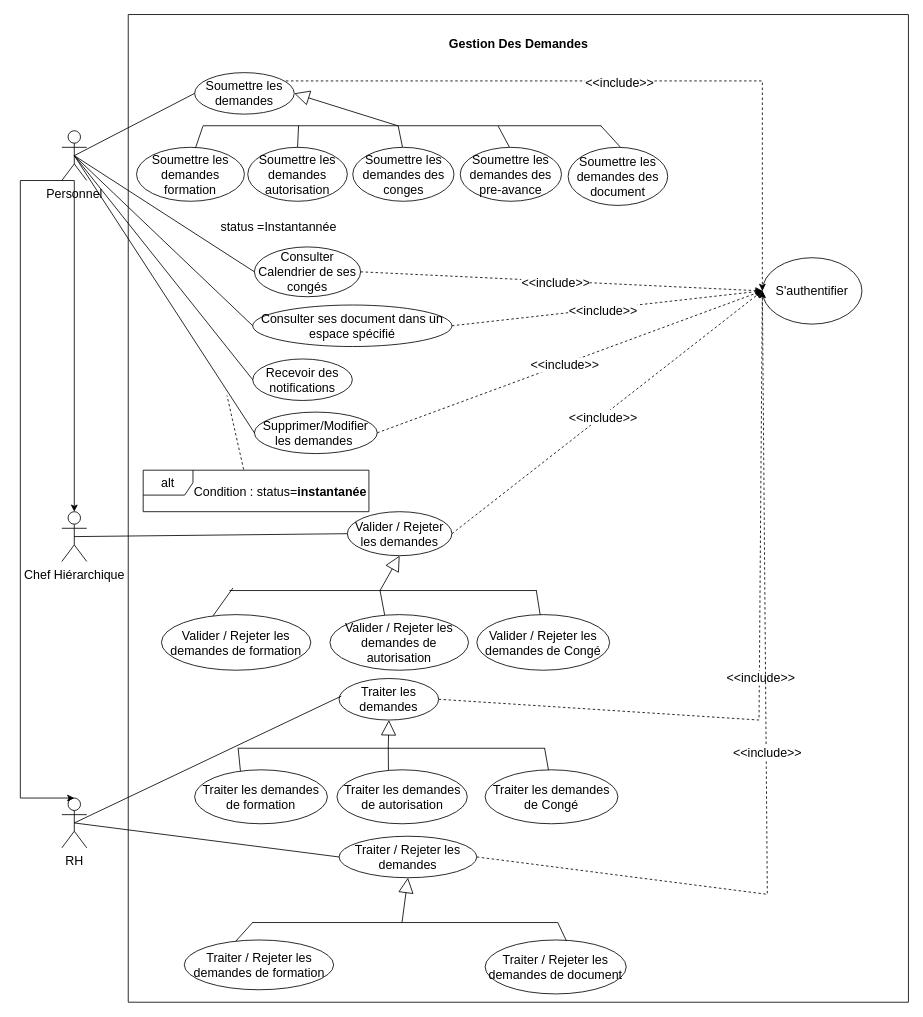
PORTAIL-RH/Portail-RH-Mobile keeps this draw.io diagram as use-case-s2.drawio. Above is the earlier version. Source tidied: cells renumbered, new cells numbered last; positions are measured from the earlier drawing's top-left corner, leaving out a move shared by most shapes. Both pictures are drawn from the tidied source at 83%, with x=0, y=0 at pixel (20, 14).
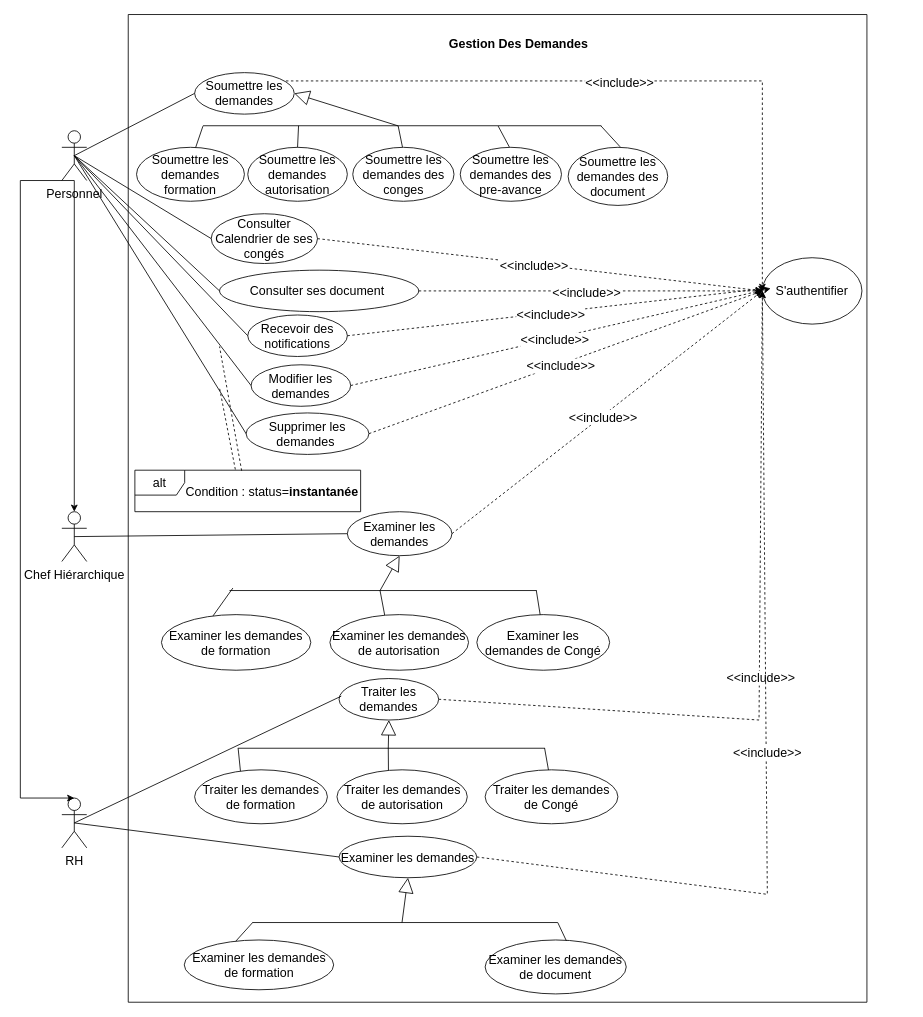
The same page after the edit.

Commit message:
Mettre à jour use-case-s2.drawio

Unchanged cells that the change refers to:
```xml
<mxCell id="68" value="Personnel" style="shape=umlActor;verticalLabelPosition=bottom;verticalAlign=top;html=1;outlineConnect=0;fontSize=15;" parent="2" vertex="1">
  <mxGeometry x="-80" y="140" width="30" height="60" as="geometry" />
</mxCell>
```

What changed in the source:
```diff
@@
     <mxCell id="2" style="swimlane;startSize=0;fontSize=15;" parent="1" vertex="1">
-      <mxGeometry x="130" width="940" height="1190" as="geometry" />
+      <mxGeometry x="130" width="890" height="1190" as="geometry" />
     </mxCell>
@@
-    <mxCell id="17" value="Supprimer/Modifier les demandes&amp;nbsp;" style="ellipse;whiteSpace=wrap;html=1;fontSize=15;" parent="2" vertex="1">
-      <mxGeometry x="152" y="479" width="148" height="50" as="geometry" />
+    <mxCell id="17" value="Supprimer les demandes&amp;nbsp;" style="ellipse;whiteSpace=wrap;html=1;fontSize=15;" parent="2" vertex="1">
+      <mxGeometry x="142" y="480" width="148" height="50" as="geometry" />
     </mxCell>
     <mxCell id="18" value="alt" style="shape=umlFrame;whiteSpace=wrap;html=1;fontSize=15;" parent="2" vertex="1">
-      <mxGeometry x="18" y="549" width="272" height="50" as="geometry" />
+      <mxGeometry x="8" y="549" width="272" height="50" as="geometry" />
     </mxCell>
-    <mxCell id="19" value="status =Instantannée&amp;nbsp;" style="text;html=1;align=center;verticalAlign=middle;strokeColor=none;fillColor=none;fontSize=15;" parent="2" vertex="1">
-      <mxGeometry x="97.5" y="240" width="170" height="30" as="geometry" />
-    </mxCell>
     <mxCell id="20" value="Condition : status=&lt;strong&gt;instantanée&lt;/strong&gt;" style="text;html=1;align=center;verticalAlign=middle;strokeColor=none;fillColor=none;fontSize=15;" parent="2" vertex="1">
-      <mxGeometry x="67.5" y="559" width="230" height="30" as="geometry" />
+      <mxGeometry x="57.5" y="560" width="230" height="30" as="geometry" />
     </mxCell>
     <mxCell id="21" style="endArrow=none;dashed=1;html=1;rounded=0;exitX=0.445;exitY=-0.017;exitDx=0;exitDy=0;exitPerimeter=0;fontSize=15;" parent="2" edge="1" source="18">
       <mxGeometry relative="1" as="geometry">
-        <mxPoint x="119" y="459" as="targetPoint" />
+        <mxPoint x="110" y="450" as="targetPoint" />
       </mxGeometry>
     </mxCell>
-    <mxCell id="22" value="Valider / Rejeter les demandes" style="ellipse;whiteSpace=wrap;html=1;fontSize=15;" parent="2" vertex="1">
+    <mxCell id="22" value="Examiner les demandes" style="ellipse;whiteSpace=wrap;html=1;fontSize=15;" parent="2" vertex="1">
       <mxGeometry x="264" y="599" width="126" height="53" as="geometry" />
     </mxCell>
-    <mxCell id="23" value="Valider / Rejeter les demandes de formation" style="ellipse;whiteSpace=wrap;html=1;strokeWidth=1;fontSize=15;" parent="2" vertex="1">
+    <mxCell id="23" value="Examiner les demandes de formation" style="ellipse;whiteSpace=wrap;html=1;strokeWidth=1;fontSize=15;" parent="2" vertex="1">
       <mxGeometry x="40" y="723" width="180" height="67" as="geometry" />
     </mxCell>
-    <mxCell id="24" value="Valider / Rejeter les demandes de autorisation" style="ellipse;whiteSpace=wrap;html=1;strokeWidth=1;fontSize=15;" parent="2" vertex="1">
+    <mxCell id="24" value="Examiner les demandes de autorisation" style="ellipse;whiteSpace=wrap;html=1;strokeWidth=1;fontSize=15;" parent="2" vertex="1">
       <mxGeometry x="243" y="723" width="167" height="67" as="geometry" />
     </mxCell>
-    <mxCell id="25" value="Valider / Rejeter les demandes de Congé" style="ellipse;whiteSpace=wrap;html=1;strokeWidth=1;fontSize=15;" parent="2" vertex="1">
+    <mxCell id="25" value="Examiner les demandes de Congé" style="ellipse;whiteSpace=wrap;html=1;strokeWidth=1;fontSize=15;" parent="2" vertex="1">
       <mxGeometry x="420" y="723" width="160" height="67" as="geometry" />
     </mxCell>
@@
-    <mxCell id="31" value="Consulter ses document dans un espace spécifié" style="ellipse;whiteSpace=wrap;html=1;fontSize=15;" parent="2" vertex="1">
-      <mxGeometry x="150" y="350" width="240" height="50" as="geometry" />
+    <mxCell id="31" value="Consulter ses document&amp;nbsp;" style="ellipse;whiteSpace=wrap;html=1;fontSize=15;" parent="2" vertex="1">
+      <mxGeometry x="110" y="308" width="240" height="50" as="geometry" />
     </mxCell>
     <mxCell id="32" value="Consulter Calendrier de ses congés" style="ellipse;whiteSpace=wrap;html=1;fontSize=15;" parent="2" vertex="1">
-      <mxGeometry x="152" y="280" width="128" height="60" as="geometry" />
+      <mxGeometry x="100" y="240" width="128" height="60" as="geometry" />
     </mxCell>
@@
     <mxCell id="48" value="Recevoir des notifications" style="ellipse;whiteSpace=wrap;html=1;fontSize=15;" parent="2" vertex="1">
-      <mxGeometry x="150" y="415" width="120" height="50" as="geometry" />
+      <mxGeometry x="144" y="362" width="120" height="50" as="geometry" />
     </mxCell>
@@
-    <mxCell id="58" value="Traiter / Rejeter les demandes" style="ellipse;whiteSpace=wrap;html=1;fontSize=15;" parent="2" vertex="1">
+    <mxCell id="58" value="Examiner les demandes" style="ellipse;whiteSpace=wrap;html=1;fontSize=15;" parent="2" vertex="1">
       <mxGeometry x="254" y="990" width="166" height="50" as="geometry" />
     </mxCell>
-    <mxCell id="59" value="Traiter&amp;nbsp;/ Rejeter les demandes de formation" style="ellipse;whiteSpace=wrap;html=1;strokeWidth=1;fontSize=15;" parent="2" vertex="1">
+    <mxCell id="59" value="Examiner&amp;nbsp;les demandes de formation" style="ellipse;whiteSpace=wrap;html=1;strokeWidth=1;fontSize=15;" parent="2" vertex="1">
       <mxGeometry x="67.5" y="1115" width="180" height="60" as="geometry" />
     </mxCell>
-    <mxCell id="60" value="Traiter&amp;nbsp;/ Rejeter les demandes de document" style="ellipse;whiteSpace=wrap;html=1;strokeWidth=1;fontSize=15;" parent="2" vertex="1">
+    <mxCell id="60" value="Examiner&amp;nbsp;les demandes de document" style="ellipse;whiteSpace=wrap;html=1;strokeWidth=1;fontSize=15;" parent="2" vertex="1">
       <mxGeometry x="430" y="1115" width="170" height="65" as="geometry" />
     </mxCell>
@@
+    <mxCell id="78" value="Modifier les demandes" style="ellipse;whiteSpace=wrap;html=1;fontSize=15;" parent="2" vertex="1">
+      <mxGeometry x="148" y="422" width="120" height="50" as="geometry" />
+    </mxCell>
+    <mxCell id="79" style="endArrow=none;html=1;rounded=0;exitX=0.5;exitY=0.5;exitDx=0;exitDy=0;exitPerimeter=0;entryX=0;entryY=0.5;entryDx=0;entryDy=0;startFill=0;fontSize=15;" parent="2" edge="1" source="68" target="78">
+      <mxGeometry relative="1" as="geometry" />
+    </mxCell>
+    <mxCell id="80" style="endArrow=classic;dashed=1;html=1;rounded=0;exitX=1;exitY=0.5;exitDx=0;exitDy=0;endFill=1;entryX=0;entryY=0.5;entryDx=0;entryDy=0;fontSize=15;" parent="2" edge="1" source="78">
+      <mxGeometry relative="1" as="geometry">
+        <mxPoint x="774" y="330" as="targetPoint" />
+      </mxGeometry>
+    </mxCell>
+    <mxCell id="81" value="&amp;lt;&amp;lt;include&amp;gt;&amp;gt;" style="edgeLabel;html=1;align=center;verticalAlign=middle;fontSize=15;" parent="80" vertex="1">
+      <mxGeometry x="-0.03" y="-1" relative="1" as="geometry" />
+    </mxCell>
+    <mxCell id="82" style="endArrow=classic;dashed=1;html=1;rounded=0;exitX=1;exitY=0.5;exitDx=0;exitDy=0;endFill=1;fontSize=15;" parent="2" edge="1" source="48">
+      <mxGeometry relative="1" as="geometry">
+        <mxPoint x="768" y="330" as="targetPoint" />
+      </mxGeometry>
+    </mxCell>
+    <mxCell id="83" value="&amp;lt;&amp;lt;include&amp;gt;&amp;gt;" style="edgeLabel;html=1;align=center;verticalAlign=middle;fontSize=15;" parent="82" vertex="1">
+      <mxGeometry x="-0.03" y="-1" relative="1" as="geometry" />
+    </mxCell>
+    <mxCell id="84" style="endArrow=none;dashed=1;html=1;rounded=0;exitX=0.473;exitY=0.013;exitDx=0;exitDy=0;exitPerimeter=0;fontSize=15;" parent="1" edge="1" source="18">
+      <mxGeometry relative="1" as="geometry">
+        <mxPoint x="240" y="400" as="targetPoint" />
+      </mxGeometry>
+    </mxCell>
```
